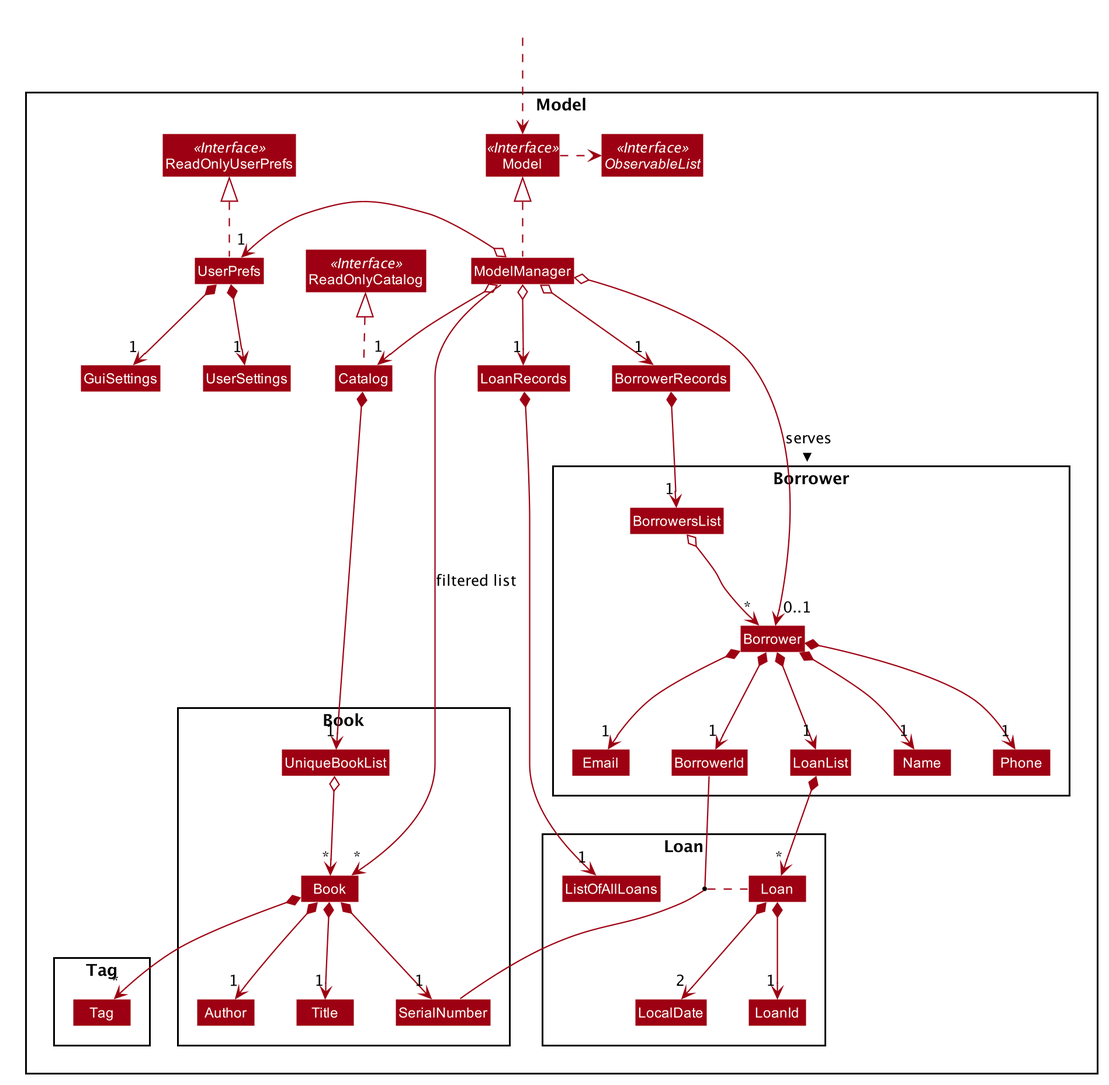
Before: images/ModelClassDiagram.png, a diagram exported from PlantUML (shiyao821/main).
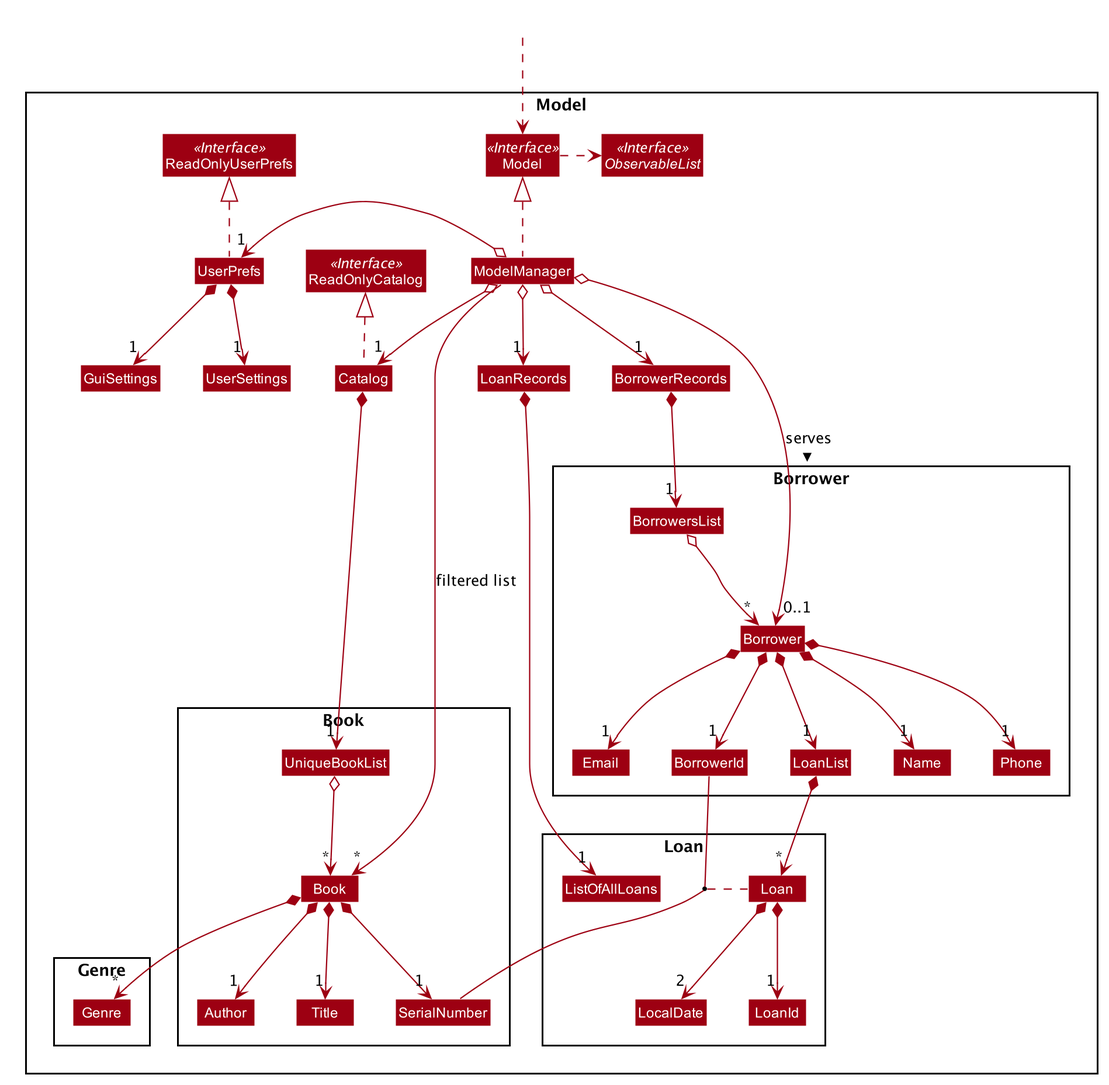
After the change.

What changed in the source:
```diff
@@ -1,4 +1,5 @@
 @startuml
+
 
 
 
@@ -35,7 +36,6 @@
 
 skinparam Participant {
     FontColor #FFFFFFF
-    Padding 20
 }
 
 skinparam MinClassWidth 50
@@ -95,8 +95,8 @@
 Class LocalDate
 }
 
-Package Tag {
-Class Tag
+Package Genre {
+Class Genre
 }
 }
 
@@ -119,7 +119,7 @@
 
 Catalog *--> "1" UniqueBookList
 UniqueBookList o--> "*" Book
-Book *--> "*" Tag
+Book *--> "*" Genre
 Book *--> "1" Title
 Book *--> "1" Author
 Book *--> "1" SerialNumber
@@ -142,6 +142,5 @@
 LoanRecords -[hidden]> BorrowerRecords
 LoanList -[hidden]right> Name
 
-
 ModelManager -->"*" Book : filtered list
 @enduml
```
